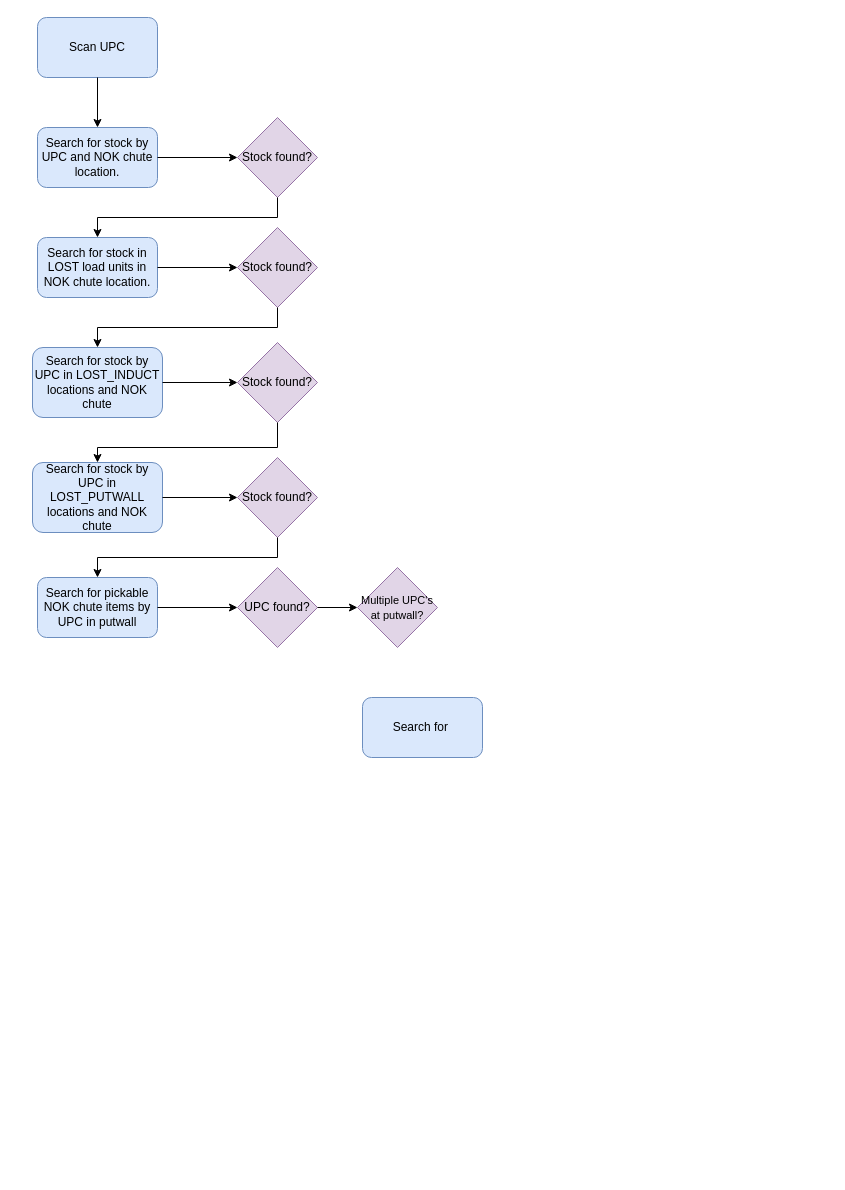
The draw.io diagram Untitled Diagram.drawio in itzelvigil/RepositorioPrueba, before the edit. Source tidied: cells renumbered, new cells numbered last; positions are measured from the earlier drawing's top-left corner, leaving out a move shared by most shapes. Both pictures are drawn from the tidied source at 100%, with x=0, y=0 at pixel (32, 17).
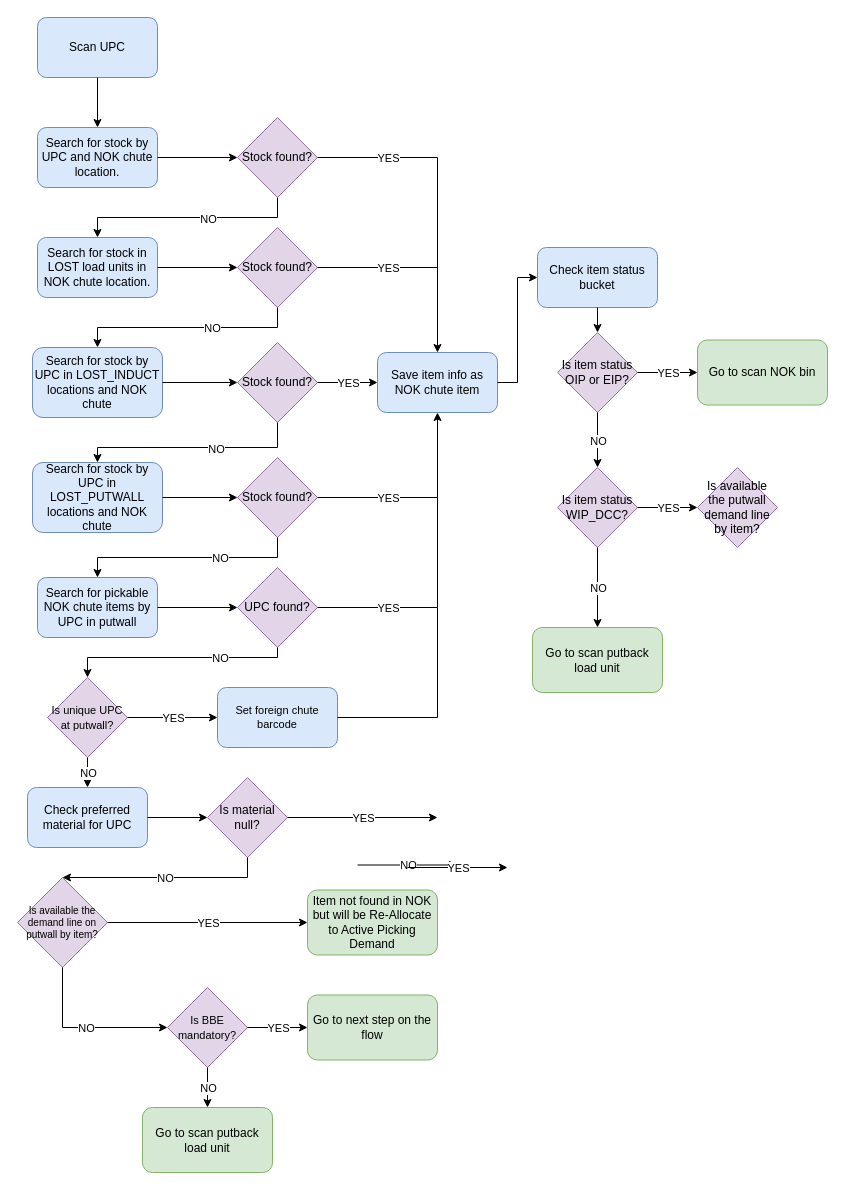
Above is the later version.

Unchanged cells that the change refers to:
```xml
<mxCell id="4" value="Stock found?" style="rhombus;whiteSpace=wrap;html=1;fillColor=#e1d5e7;strokeColor=#9673a6;" parent="1" vertex="1">
  <mxGeometry x="205" y="100" width="80" height="80" as="geometry" />
</mxCell>
<mxCell id="8" style="endArrow=classic;html=1;rounded=0;exitX=0.5;exitY=1;exitDx=0;exitDy=0;entryX=0.5;entryY=0;entryDx=0;entryDy=0;" parent="1" edge="1" source="4" target="7">
  <mxGeometry relative="1" as="geometry">
    <Array as="points">
      <mxPoint x="245" y="200" />
      <mxPoint x="65" y="200" />
    </Array>
  </mxGeometry>
</mxCell>
<mxCell id="10" value="Stock found?" style="rhombus;whiteSpace=wrap;html=1;fillColor=#e1d5e7;strokeColor=#9673a6;" parent="1" vertex="1">
  <mxGeometry x="205" y="210" width="80" height="80" as="geometry" />
</mxCell>
<mxCell id="11" value="Stock found?" style="rhombus;whiteSpace=wrap;html=1;fillColor=#e1d5e7;strokeColor=#9673a6;" parent="1" vertex="1">
  <mxGeometry x="205" y="325" width="80" height="80" as="geometry" />
</mxCell>
<mxCell id="13" style="endArrow=classic;html=1;rounded=0;exitX=0.5;exitY=1;exitDx=0;exitDy=0;entryX=0.5;entryY=0;entryDx=0;entryDy=0;" parent="1" edge="1" source="10" target="9">
  <mxGeometry relative="1" as="geometry">
    <Array as="points">
      <mxPoint x="245" y="310" />
      <mxPoint x="65" y="310" />
    </Array>
  </mxGeometry>
</mxCell>
<mxCell id="14" value="Stock found?" style="rhombus;whiteSpace=wrap;html=1;fillColor=#e1d5e7;strokeColor=#9673a6;" parent="1" vertex="1">
  <mxGeometry x="205" y="440" width="80" height="80" as="geometry" />
</mxCell>
<mxCell id="15" style="endArrow=classic;html=1;rounded=0;exitX=0.5;exitY=1;exitDx=0;exitDy=0;entryX=0.5;entryY=0;entryDx=0;entryDy=0;" parent="1" edge="1" source="11" target="12">
  <mxGeometry relative="1" as="geometry">
    <Array as="points">
      <mxPoint x="245" y="430" />
      <mxPoint x="65" y="430" />
    </Array>
  </mxGeometry>
</mxCell>
<mxCell id="20" style="endArrow=classic;html=1;rounded=0;exitX=0.5;exitY=1;exitDx=0;exitDy=0;entryX=0.5;entryY=0;entryDx=0;entryDy=0;" parent="1" edge="1" source="14" target="19">
  <mxGeometry relative="1" as="geometry">
    <Array as="points">
      <mxPoint x="245" y="540" />
      <mxPoint x="65" y="540" />
    </Array>
  </mxGeometry>
</mxCell>
<mxCell id="21" value="UPC found?" style="rhombus;whiteSpace=wrap;html=1;fillColor=#e1d5e7;strokeColor=#9673a6;" parent="1" vertex="1">
  <mxGeometry x="205" y="550" width="80" height="80" as="geometry" />
</mxCell>
```

Change to the diagram source:
```diff
@@
+    <mxCell id="26" value="NO" style="edgeLabel;html=1;align=center;verticalAlign=middle;fontSize=11;" parent="8" vertex="1">
+      <mxGeometry x="-0.18" y="1" relative="1" as="geometry" />
+    </mxCell>
@@
+    <mxCell id="27" value="NO" style="edgeLabel;html=1;align=center;verticalAlign=middle;fontSize=11;" parent="13" vertex="1">
+      <mxGeometry x="-0.22" relative="1" as="geometry" />
+    </mxCell>
@@
+    <mxCell id="28" value="NO" style="edgeLabel;html=1;align=center;verticalAlign=middle;fontSize=11;" parent="15" vertex="1">
+      <mxGeometry x="-0.21" y="1" relative="1" as="geometry" />
+    </mxCell>
@@
+    <mxCell id="29" value="NO" style="edgeLabel;html=1;align=center;verticalAlign=middle;fontSize=11;" parent="20" vertex="1">
+      <mxGeometry x="-0.29" relative="1" as="geometry" />
+    </mxCell>
@@
-    <mxCell id="23" value="&lt;font style=&quot;font-size: 11px;&quot;&gt;Multiple UPC's at putwall?&lt;/font&gt;" style="rhombus;whiteSpace=wrap;html=1;fillColor=#e1d5e7;strokeColor=#9673a6;" parent="1" vertex="1">
-      <mxGeometry x="325" y="550" width="80" height="80" as="geometry" />
+    <mxCell id="23" value="&lt;font style=&quot;font-size: 11px;&quot;&gt;Is unique UPC at putwall?&lt;/font&gt;" style="rhombus;whiteSpace=wrap;html=1;fillColor=#e1d5e7;strokeColor=#9673a6;" parent="1" vertex="1">
+      <mxGeometry x="15" y="660" width="80" height="80" as="geometry" />
     </mxCell>
-    <mxCell id="24" style="endArrow=classic;html=1;rounded=0;fontSize=11;exitX=1;exitY=0.5;exitDx=0;exitDy=0;entryX=0;entryY=0.5;entryDx=0;entryDy=0;" parent="1" edge="1" source="21" target="23">
-      <mxGeometry relative="1" as="geometry" />
+    <mxCell id="24" style="endArrow=classic;html=1;rounded=0;fontSize=11;exitX=0.5;exitY=1;exitDx=0;exitDy=0;entryX=0.5;entryY=0;entryDx=0;entryDy=0;" parent="1" edge="1" source="21" target="23">
+      <mxGeometry relative="1" as="geometry">
+        <Array as="points">
+          <mxPoint x="245" y="640" />
+          <mxPoint x="55" y="640" />
+        </Array>
+      </mxGeometry>
     </mxCell>
+    <mxCell id="30" value="NO" style="edgeLabel;html=1;align=center;verticalAlign=middle;fontSize=11;" parent="24" vertex="1">
+      <mxGeometry x="-0.38" relative="1" as="geometry" />
+    </mxCell>
-    <mxCell id="25" value="Search for&amp;nbsp;" style="rounded=1;whiteSpace=wrap;html=1;fillColor=#dae8fc;strokeColor=#6c8ebf;" parent="1" vertex="1">
-      <mxGeometry x="330" y="680" width="120" height="60" as="geometry" />
+    <mxCell id="25" value="Check preferred material for UPC" style="rounded=1;whiteSpace=wrap;html=1;fillColor=#dae8fc;strokeColor=#6c8ebf;" parent="1" vertex="1">
+      <mxGeometry x="-5" y="770" width="120" height="60" as="geometry" />
     </mxCell>
+    <mxCell id="31" value="Is material null?" style="rhombus;whiteSpace=wrap;html=1;fillColor=#e1d5e7;strokeColor=#9673a6;" parent="1" vertex="1">
+      <mxGeometry x="175" y="760" width="80" height="80" as="geometry" />
+    </mxCell>
+    <mxCell id="32" value="Is available the demand line on putwall by item?" style="rhombus;whiteSpace=wrap;html=1;fillColor=#e1d5e7;strokeColor=#9673a6;fontSize=10;" parent="1" vertex="1">
+      <mxGeometry x="-15" y="860" width="90" height="90" as="geometry" />
+    </mxCell>
+    <mxCell id="33" value="&lt;font style=&quot;font-size: 12px;&quot;&gt;Item not found in NOK but will be Re-Allocate to Active Picking Demand&lt;/font&gt;" style="rounded=1;whiteSpace=wrap;html=1;fontSize=10;fillColor=#d5e8d4;strokeColor=#82b366;" parent="1" vertex="1">
+      <mxGeometry x="275" y="872.5" width="130" height="65" as="geometry" />
+    </mxCell>
+    <mxCell id="34" value="&lt;font style=&quot;font-size: 11px;&quot;&gt;Is BBE mandatory?&lt;/font&gt;" style="rhombus;whiteSpace=wrap;html=1;fillColor=#e1d5e7;strokeColor=#9673a6;" parent="1" vertex="1">
+      <mxGeometry x="135" y="970" width="80" height="80" as="geometry" />
+    </mxCell>
+    <mxCell id="35" value="&lt;font style=&quot;font-size: 12px;&quot;&gt;Go to next step on the flow&lt;/font&gt;" style="rounded=1;whiteSpace=wrap;html=1;fontSize=10;fillColor=#d5e8d4;strokeColor=#82b366;" parent="1" vertex="1">
+      <mxGeometry x="275" y="977.5" width="130" height="65" as="geometry" />
+    </mxCell>
+    <mxCell id="36" value="&lt;font style=&quot;font-size: 12px;&quot;&gt;Go to scan putback load unit&lt;/font&gt;" style="rounded=1;whiteSpace=wrap;html=1;fontSize=10;fillColor=#d5e8d4;strokeColor=#82b366;" parent="1" vertex="1">
+      <mxGeometry x="110" y="1090" width="130" height="65" as="geometry" />
+    </mxCell>
+    <mxCell id="37" style="endArrow=classic;html=1;rounded=0;fontSize=11;exitX=1;exitY=0.5;exitDx=0;exitDy=0;entryX=0;entryY=0.5;entryDx=0;entryDy=0;" parent="1" edge="1" source="11" target="64">
+      <mxGeometry relative="1" as="geometry" />
+    </mxCell>
+    <mxCell id="38" value="YES" style="edgeLabel;html=1;align=center;verticalAlign=middle;fontSize=11;" parent="37" vertex="1">
+      <mxGeometry relative="1" as="geometry" />
+    </mxCell>
+    <mxCell id="39" style="endArrow=classic;html=1;rounded=0;fontSize=11;" parent="1" edge="1">
+      <mxGeometry relative="1" as="geometry">
+        <mxPoint x="325" y="847.5" as="sourcePoint" />
+        <mxPoint x="425" y="847.5" as="targetPoint" />
+      </mxGeometry>
+    </mxCell>
+    <mxCell id="40" value="NO" style="edgeLabel;html=1;align=center;verticalAlign=middle;fontSize=11;" parent="39" vertex="1">
+      <mxGeometry relative="1" as="geometry" />
+    </mxCell>
+    <mxCell id="41" style="endArrow=classic;html=1;rounded=0;fontSize=11;exitX=1;exitY=0.5;exitDx=0;exitDy=0;" parent="1" edge="1" source="25" target="31">
+      <mxGeometry relative="1" as="geometry" />
+    </mxCell>
+    <mxCell id="42" style="endArrow=classic;html=1;rounded=0;fontSize=11;exitX=0.5;exitY=1;exitDx=0;exitDy=0;" parent="1" edge="1" source="23" target="25">
+      <mxGeometry relative="1" as="geometry" />
+    </mxCell>
+    <mxCell id="43" value="NO" style="edgeLabel;html=1;align=center;verticalAlign=middle;fontSize=11;" parent="42" vertex="1">
+      <mxGeometry relative="1" as="geometry" />
+    </mxCell>
+    <mxCell id="44" style="endArrow=classic;html=1;rounded=0;fontSize=11;exitX=0.5;exitY=1;exitDx=0;exitDy=0;entryX=0.5;entryY=0;entryDx=0;entryDy=0;" parent="1" edge="1" source="31" target="32">
+      <mxGeometry relative="1" as="geometry">
+        <Array as="points">
+          <mxPoint x="215" y="860" />
+        </Array>
+      </mxGeometry>
+    </mxCell>
+    <mxCell id="45" value="NO" style="edgeLabel;html=1;align=center;verticalAlign=middle;fontSize=11;" parent="44" vertex="1">
+      <mxGeometry relative="1" as="geometry" />
+    </mxCell>
+    <mxCell id="46" style="endArrow=classic;html=1;rounded=0;fontSize=11;exitX=1;exitY=0.5;exitDx=0;exitDy=0;entryX=0;entryY=0.5;entryDx=0;entryDy=0;" parent="1" edge="1" source="32" target="33">
+      <mxGeometry relative="1" as="geometry" />
+    </mxCell>
+    <mxCell id="47" value="YES" style="edgeLabel;html=1;align=center;verticalAlign=middle;fontSize=11;" parent="46" vertex="1">
+      <mxGeometry relative="1" as="geometry" />
+    </mxCell>
+    <mxCell id="48" style="endArrow=classic;html=1;rounded=0;fontSize=11;exitX=0.5;exitY=1;exitDx=0;exitDy=0;entryX=0;entryY=0.5;entryDx=0;entryDy=0;" parent="1" edge="1" source="32" target="34">
+      <mxGeometry relative="1" as="geometry">
+        <Array as="points">
+          <mxPoint x="30" y="1010" />
+        </Array>
+      </mxGeometry>
+    </mxCell>
+    <mxCell id="49" value="NO" style="edgeLabel;html=1;align=center;verticalAlign=middle;fontSize=11;" parent="48" vertex="1">
+      <mxGeometry relative="1" as="geometry" />
+    </mxCell>
+    <mxCell id="50" style="endArrow=classic;html=1;rounded=0;fontSize=11;exitX=1;exitY=0.5;exitDx=0;exitDy=0;entryX=0;entryY=0.5;entryDx=0;entryDy=0;" parent="1" edge="1" source="34" target="35">
+      <mxGeometry relative="1" as="geometry" />
+    </mxCell>
+    <mxCell id="51" value="YES" style="edgeLabel;html=1;align=center;verticalAlign=middle;fontSize=11;" parent="50" vertex="1">
+      <mxGeometry relative="1" as="geometry" />
+    </mxCell>
+    <mxCell id="52" style="endArrow=classic;html=1;rounded=0;fontSize=11;exitX=0.5;exitY=1;exitDx=0;exitDy=0;" parent="1" edge="1" source="34" target="36">
+      <mxGeometry relative="1" as="geometry" />
+    </mxCell>
+    <mxCell id="53" value="NO" style="edgeLabel;html=1;align=center;verticalAlign=middle;fontSize=11;" parent="52" vertex="1">
+      <mxGeometry relative="1" as="geometry" />
+    </mxCell>
+    <mxCell id="54" style="endArrow=classic;html=1;rounded=0;fontSize=11;exitX=1;exitY=0.5;exitDx=0;exitDy=0;entryX=0;entryY=0.5;entryDx=0;entryDy=0;" parent="1" edge="1" source="23" target="69">
+      <mxGeometry relative="1" as="geometry" />
+    </mxCell>
+    <mxCell id="55" value="YES" style="edgeLabel;html=1;align=center;verticalAlign=middle;fontSize=11;" parent="54" vertex="1">
+      <mxGeometry relative="1" as="geometry" />
+    </mxCell>
+    <mxCell id="56" style="endArrow=classic;html=1;rounded=0;fontSize=11;" parent="1" edge="1">
+      <mxGeometry relative="1" as="geometry">
+        <mxPoint x="375" y="850" as="sourcePoint" />
+        <mxPoint x="475" y="850" as="targetPoint" />
+      </mxGeometry>
+    </mxCell>
+    <mxCell id="57" value="YES" style="edgeLabel;html=1;align=center;verticalAlign=middle;fontSize=11;" parent="56" vertex="1">
+      <mxGeometry relative="1" as="geometry" />
+    </mxCell>
+    <mxCell id="58" style="endArrow=none;html=1;rounded=0;fontSize=11;exitX=1;exitY=0.5;exitDx=0;exitDy=0;" parent="1" edge="1" source="4">
+      <mxGeometry relative="1" as="geometry">
+        <mxPoint x="405" y="140" as="targetPoint" />
+      </mxGeometry>
+    </mxCell>
+    <mxCell id="59" value="YES" style="edgeLabel;html=1;align=center;verticalAlign=middle;fontSize=11;" parent="58" vertex="1">
+      <mxGeometry x="0.17" relative="1" as="geometry" />
+    </mxCell>
+    <mxCell id="60" style="endArrow=none;html=1;rounded=0;fontSize=11;exitX=1;exitY=0.5;exitDx=0;exitDy=0;" parent="1" edge="1" source="21">
+      <mxGeometry relative="1" as="geometry">
+        <mxPoint x="405" y="590" as="targetPoint" />
+      </mxGeometry>
+    </mxCell>
+    <mxCell id="61" value="YES" style="edgeLabel;html=1;align=center;verticalAlign=middle;fontSize=11;" parent="60" vertex="1">
+      <mxGeometry x="0.17" relative="1" as="geometry" />
+    </mxCell>
+    <mxCell id="62" style="endArrow=none;html=1;rounded=0;fontSize=11;exitX=1;exitY=0.5;exitDx=0;exitDy=0;" parent="1" edge="1" source="10">
+      <mxGeometry relative="1" as="geometry">
+        <mxPoint x="405" y="250" as="targetPoint" />
+      </mxGeometry>
+    </mxCell>
+    <mxCell id="63" value="YES" style="edgeLabel;html=1;align=center;verticalAlign=middle;fontSize=11;" parent="62" vertex="1">
+      <mxGeometry x="0.17" relative="1" as="geometry" />
+    </mxCell>
+    <mxCell id="64" value="&lt;font style=&quot;font-size: 12px;&quot;&gt;Save item info as NOK chute item&lt;/font&gt;" style="rounded=1;whiteSpace=wrap;html=1;fontSize=11;fillColor=#dae8fc;strokeColor=#6c8ebf;" parent="1" vertex="1">
+      <mxGeometry x="345" y="335" width="120" height="60" as="geometry" />
+    </mxCell>
+    <mxCell id="65" style="endArrow=classic;html=1;rounded=0;fontSize=11;entryX=0.5;entryY=0;entryDx=0;entryDy=0;" parent="1" edge="1" target="64">
+      <mxGeometry relative="1" as="geometry">
+        <mxPoint x="405" y="140" as="sourcePoint" />
+      </mxGeometry>
+    </mxCell>
+    <mxCell id="66" style="endArrow=classic;html=1;rounded=0;fontSize=11;entryX=0.5;entryY=1;entryDx=0;entryDy=0;" parent="1" edge="1" target="64">
+      <mxGeometry relative="1" as="geometry">
+        <mxPoint x="405" y="590" as="sourcePoint" />
+      </mxGeometry>
+    </mxCell>
+    <mxCell id="67" style="endArrow=none;html=1;rounded=0;fontSize=11;exitX=1;exitY=0.5;exitDx=0;exitDy=0;" parent="1" edge="1" source="14">
+      <mxGeometry relative="1" as="geometry">
+        <mxPoint x="405" y="480" as="targetPoint" />
+      </mxGeometry>
+    </mxCell>
+    <mxCell id="68" value="YES" style="edgeLabel;html=1;align=center;verticalAlign=middle;fontSize=11;" parent="67" vertex="1">
+      <mxGeometry x="0.17" relative="1" as="geometry" />
+    </mxCell>
+    <mxCell id="69" value="Set foreign chute barcode" style="rounded=1;whiteSpace=wrap;html=1;fontSize=11;fillColor=#dae8fc;strokeColor=#6c8ebf;" parent="1" vertex="1">
+      <mxGeometry x="185" y="670" width="120" height="60" as="geometry" />
+    </mxCell>
+    <mxCell id="70" style="endArrow=none;html=1;rounded=0;fontSize=11;exitX=1;exitY=0.5;exitDx=0;exitDy=0;" parent="1" edge="1" source="69">
+      <mxGeometry relative="1" as="geometry">
+        <mxPoint x="405" y="590" as="targetPoint" />
+        <Array as="points">
+          <mxPoint x="405" y="700" />
+        </Array>
+      </mxGeometry>
+    </mxCell>
+    <mxCell id="71" style="endArrow=classic;html=1;rounded=0;fontSize=11;exitX=1;exitY=0.5;exitDx=0;exitDy=0;" parent="1" edge="1" source="31">
+      <mxGeometry relative="1" as="geometry">
+        <mxPoint x="405" y="800" as="targetPoint" />
+      </mxGeometry>
+    </mxCell>
+    <mxCell id="72" value="YES" style="edgeLabel;html=1;align=center;verticalAlign=middle;fontSize=11;" parent="71" vertex="1">
+      <mxGeometry relative="1" as="geometry" />
+    </mxCell>
+    <mxCell id="73" value="Check item status bucket" style="rounded=1;whiteSpace=wrap;html=1;fontSize=12;fillColor=#dae8fc;strokeColor=#6c8ebf;" parent="1" vertex="1">
+      <mxGeometry x="505" y="230" width="120" height="60" as="geometry" />
+    </mxCell>
+    <mxCell id="74" value="Is item status OIP or EIP?" style="rhombus;whiteSpace=wrap;html=1;fillColor=#e1d5e7;strokeColor=#9673a6;" parent="1" vertex="1">
+      <mxGeometry x="525" y="315" width="80" height="80" as="geometry" />
+    </mxCell>
+    <mxCell id="75" style="endArrow=classic;html=1;rounded=0;fontSize=12;exitX=0.5;exitY=1;exitDx=0;exitDy=0;" parent="1" edge="1" source="73" target="74">
+      <mxGeometry relative="1" as="geometry" />
+    </mxCell>
+    <mxCell id="76" value="&lt;font style=&quot;font-size: 12px;&quot;&gt;Go to scan NOK bin&lt;/font&gt;" style="rounded=1;whiteSpace=wrap;html=1;fontSize=10;fillColor=#d5e8d4;strokeColor=#82b366;" parent="1" vertex="1">
+      <mxGeometry x="665" y="322.5" width="130" height="65" as="geometry" />
+    </mxCell>
+    <mxCell id="77" style="endArrow=classic;html=1;rounded=0;fontSize=11;exitX=1;exitY=0.5;exitDx=0;exitDy=0;entryX=0;entryY=0.5;entryDx=0;entryDy=0;" parent="1" edge="1" source="74" target="76">
+      <mxGeometry relative="1" as="geometry" />
+    </mxCell>
+    <mxCell id="78" value="YES" style="edgeLabel;html=1;align=center;verticalAlign=middle;fontSize=11;" parent="77" vertex="1">
+      <mxGeometry relative="1" as="geometry" />
+    </mxCell>
+    <mxCell id="79" value="Is item status WIP_DCC?" style="rhombus;whiteSpace=wrap;html=1;fillColor=#e1d5e7;strokeColor=#9673a6;" parent="1" vertex="1">
+      <mxGeometry x="525" y="450" width="80" height="80" as="geometry" />
+    </mxCell>
+    <mxCell id="80" style="endArrow=classic;html=1;rounded=0;fontSize=11;exitX=0.5;exitY=1;exitDx=0;exitDy=0;entryX=0.5;entryY=0;entryDx=0;entryDy=0;" parent="1" edge="1" source="74" target="79">
+      <mxGeometry relative="1" as="geometry" />
+    </mxCell>
+    <mxCell id="81" value="NO" style="edgeLabel;html=1;align=center;verticalAlign=middle;fontSize=11;" parent="80" vertex="1">
+      <mxGeometry relative="1" as="geometry" />
+    </mxCell>
+    <mxCell id="82" style="endArrow=classic;html=1;rounded=0;fontSize=12;entryX=0;entryY=0.5;entryDx=0;entryDy=0;exitX=1;exitY=0.5;exitDx=0;exitDy=0;" parent="1" edge="1" source="64" target="73">
+      <mxGeometry relative="1" as="geometry">
+        <Array as="points">
+          <mxPoint x="485" y="365" />
+          <mxPoint x="485" y="260" />
+        </Array>
+      </mxGeometry>
+    </mxCell>
+    <mxCell id="83" style="endArrow=classic;html=1;rounded=0;fontSize=11;exitX=0.5;exitY=1;exitDx=0;exitDy=0;entryX=0.5;entryY=0;entryDx=0;entryDy=0;" parent="1" edge="1" source="79" target="85">
+      <mxGeometry relative="1" as="geometry" />
+    </mxCell>
+    <mxCell id="84" value="NO" style="edgeLabel;html=1;align=center;verticalAlign=middle;fontSize=11;" parent="83" vertex="1">
+      <mxGeometry relative="1" as="geometry" />
+    </mxCell>
+    <mxCell id="85" value="&lt;font style=&quot;font-size: 12px;&quot;&gt;Go to scan putback load unit&lt;/font&gt;" style="rounded=1;whiteSpace=wrap;html=1;fontSize=10;fillColor=#d5e8d4;strokeColor=#82b366;" parent="1" vertex="1">
+      <mxGeometry x="500" y="610" width="130" height="65" as="geometry" />
+    </mxCell>
+    <mxCell id="86" value="Is available the putwall demand line by item?" style="rhombus;whiteSpace=wrap;html=1;fillColor=#e1d5e7;strokeColor=#9673a6;" parent="1" vertex="1">
+      <mxGeometry x="665" y="450" width="80" height="80" as="geometry" />
+    </mxCell>
+    <mxCell id="87" style="endArrow=classic;html=1;rounded=0;fontSize=11;exitX=1;exitY=0.5;exitDx=0;exitDy=0;entryX=0;entryY=0.5;entryDx=0;entryDy=0;" parent="1" edge="1" source="79" target="86">
+      <mxGeometry relative="1" as="geometry" />
+    </mxCell>
+    <mxCell id="88" value="YES" style="edgeLabel;html=1;align=center;verticalAlign=middle;fontSize=11;" parent="87" vertex="1">
+      <mxGeometry relative="1" as="geometry" />
+    </mxCell>
```
